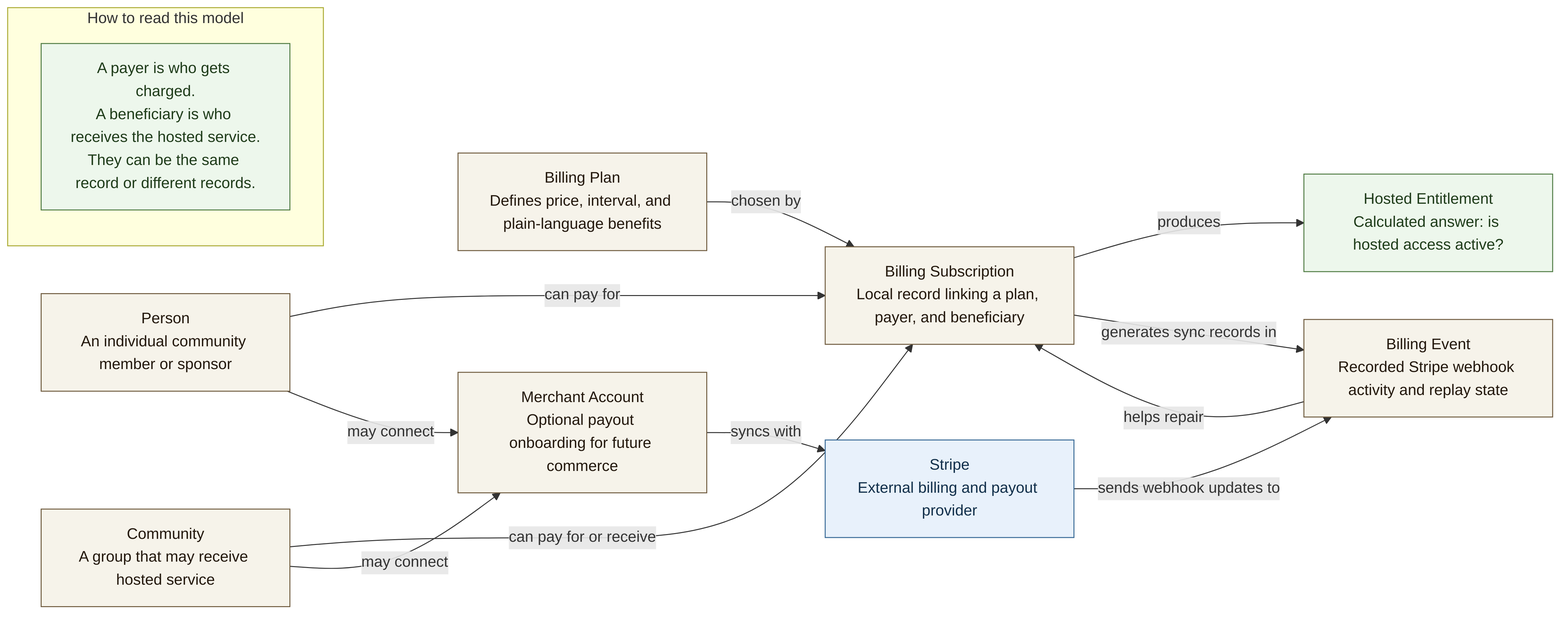
Earlier version of the Mermaid export docs/diagrams/exports/png/pr_1581_billing_object_data_model.png (better-together-org/community-engine-rails). Its source is kept beside it as docs/diagrams/source/pr_1581_billing_object_data_model.mmd.
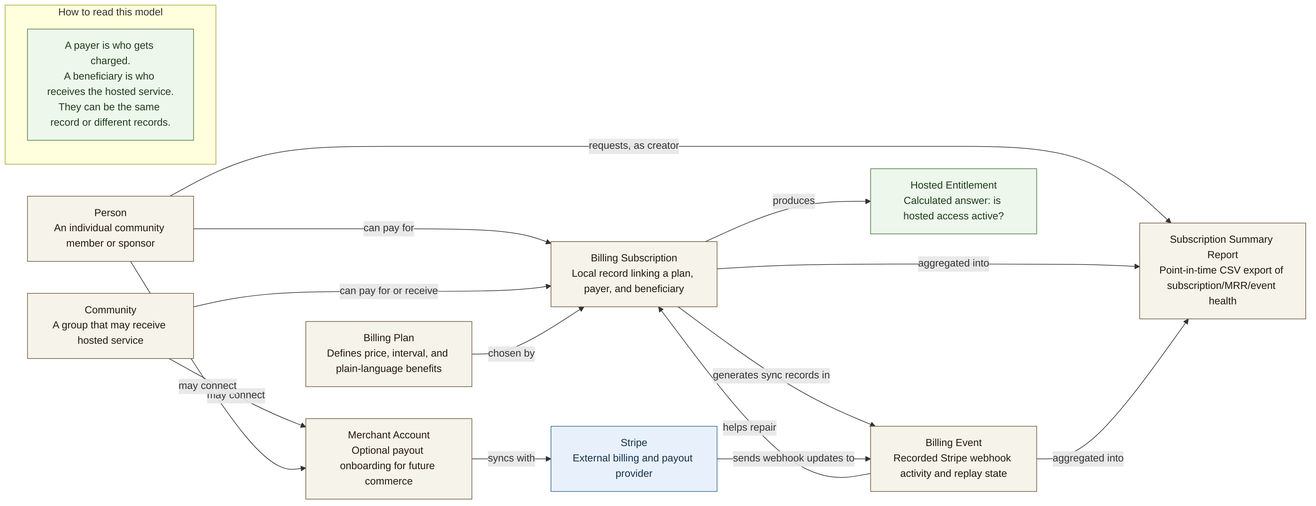
The same file after the commit.

Change to the diagram source:
```diff
@@ -9,6 +9,7 @@
   Subscription["Billing Subscription<br/>Local record linking a plan, payer, and beneficiary"]:::record
   Merchant["Merchant Account<br/>Optional payout onboarding for future commerce"]:::record
   Event["Billing Event<br/>Recorded Stripe webhook activity and replay state"]:::record
+  Report["Subscription Summary Report<br/>Point-in-time CSV export of subscription/MRR/event health"]:::record
   Hosted["Hosted Entitlement<br/>Calculated answer: is hosted access active?"]:::outcome
   Stripe["Stripe<br/>External billing and payout provider"]:::external
 
@@ -22,6 +23,9 @@
   Person -->|may connect| Merchant
   Merchant -->|syncs with| Stripe
   Event -->|helps repair| Subscription
+  Person -->|requests, as creator| Report
+  Subscription -->|aggregated into| Report
+  Event -->|aggregated into| Report
 
   subgraph PlainLanguage["How to read this model"]
     DirectionNote["A payer is who gets charged.<br/>A beneficiary is who receives the hosted service.<br/>They can be the same record or different records."]:::outcome
```
